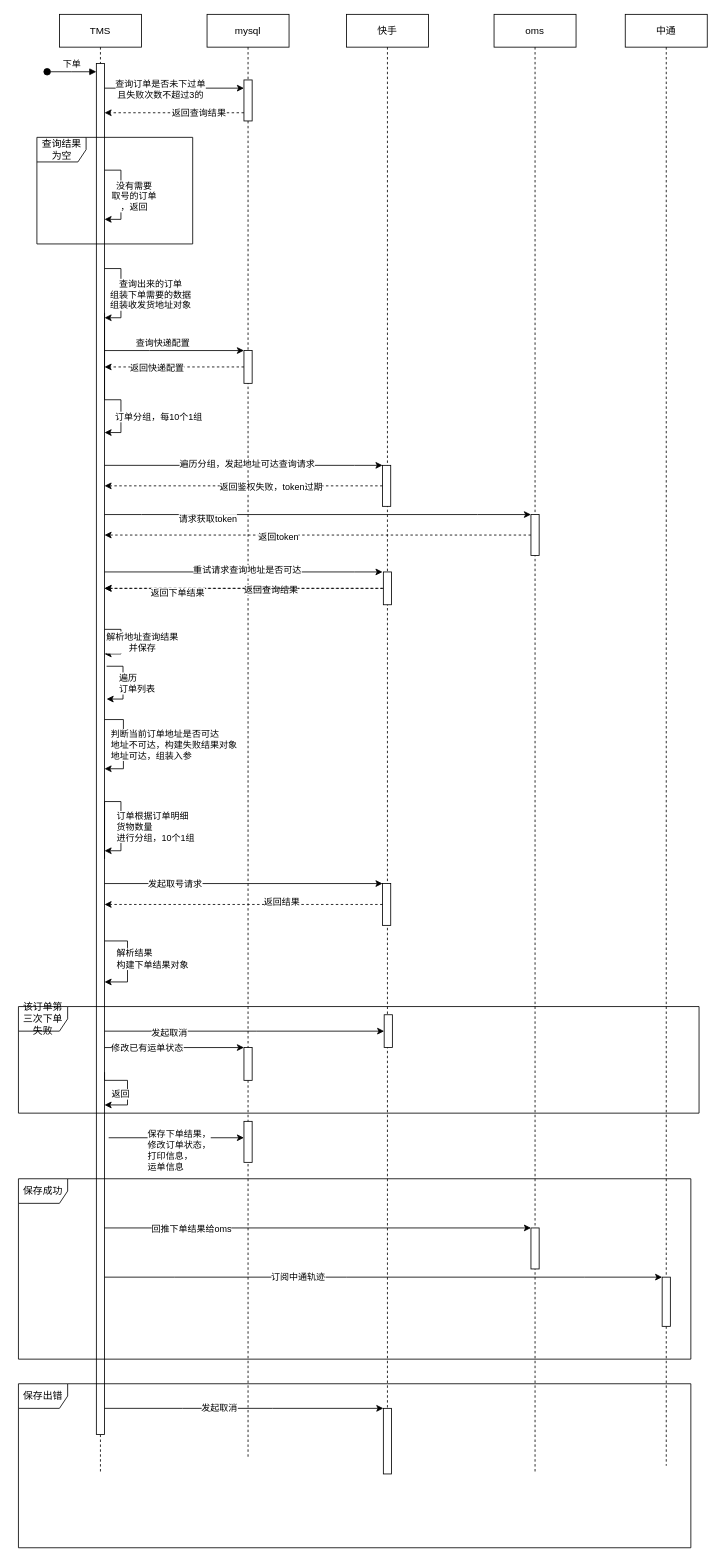
This is 中通下单.drawio from pipisay/draw, a draw.io file, before an edit. Source tidied: cells renumbered, new cells numbered last; positions are measured from the earlier drawing's top-left corner, leaving out a move shared by most shapes. Both pictures are drawn from the tidied source at 82%, with x=0, y=0 at pixel (18, 14).
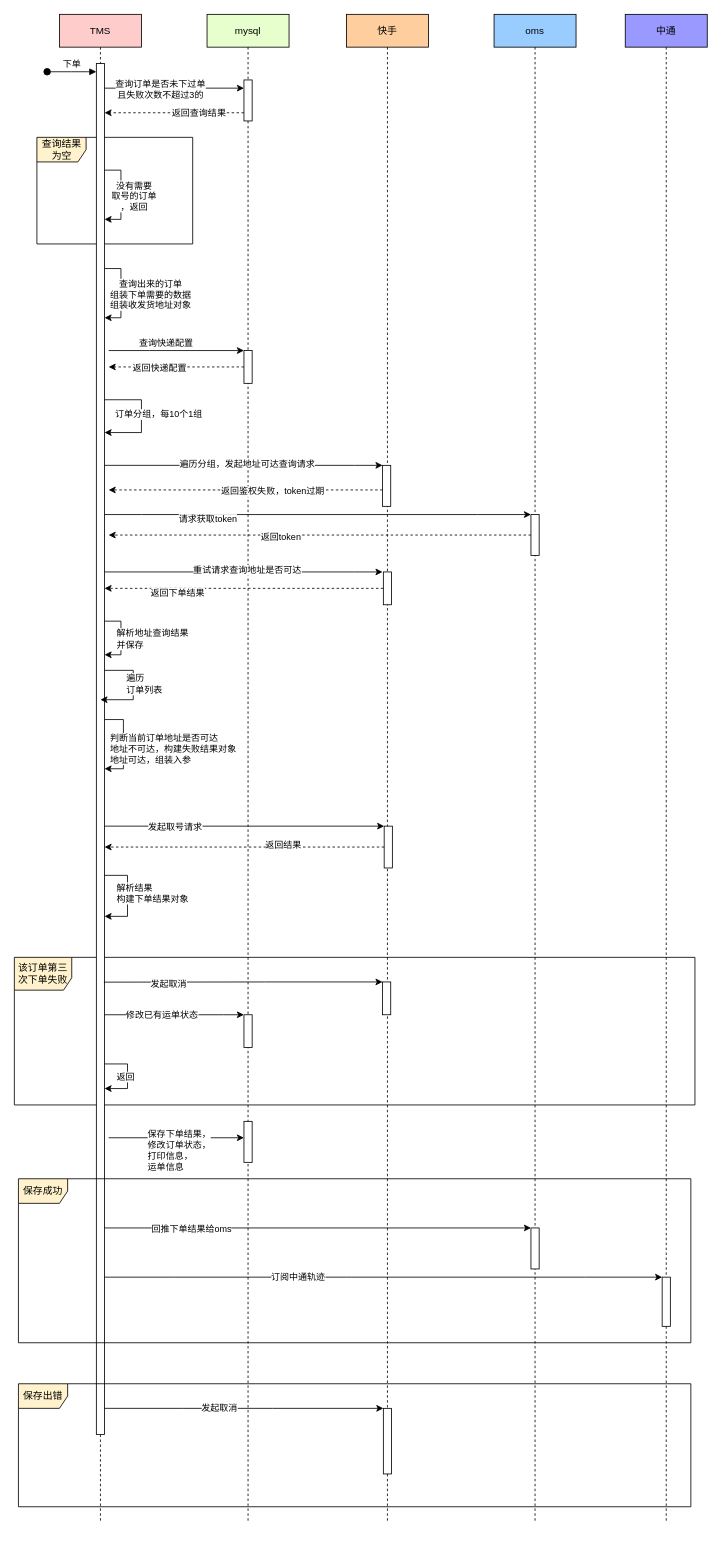
The same diagram, later.

Commit message (it also covers changes not shown here):
更新中通下单.drawio

The change refers to these unchanged cells:
```xml
<mxCell id="5" style="html=1;points=[];perimeter=orthogonalPerimeter;outlineConnect=0;targetShapes=umlLifeline;portConstraint=eastwest;newEdgeStyle={&quot;edgeStyle&quot;:&quot;elbowEdgeStyle&quot;,&quot;elbow&quot;:&quot;vertical&quot;,&quot;curved&quot;:0,&quot;rounded&quot;:0};" parent="4" vertex="1">
  <mxGeometry x="44" y="550" width="10" height="50" as="geometry" />
</mxCell>
<mxCell id="9" style="group;" parent="1" vertex="1">
  <mxGeometry x="95" y="60" width="117.5" height="760" as="geometry" />
</mxCell>
<mxCell id="10" style="html=1;points=[];perimeter=orthogonalPerimeter;outlineConnect=0;targetShapes=umlLifeline;portConstraint=eastwest;newEdgeStyle={&quot;edgeStyle&quot;:&quot;elbowEdgeStyle&quot;,&quot;elbow&quot;:&quot;vertical&quot;,&quot;curved&quot;:0,&quot;rounded&quot;:0};" parent="9" vertex="1">
  <mxGeometry width="10" height="1672" as="geometry" />
</mxCell>
<mxCell id="24" style="html=1;points=[];perimeter=orthogonalPerimeter;outlineConnect=0;targetShapes=umlLifeline;portConstraint=eastwest;newEdgeStyle={&quot;edgeStyle&quot;:&quot;elbowEdgeStyle&quot;,&quot;elbow&quot;:&quot;vertical&quot;,&quot;curved&quot;:0,&quot;rounded&quot;:0};" parent="23" vertex="1">
  <mxGeometry x="45" y="410" width="10" height="40" as="geometry" />
</mxCell>
<mxCell id="29" style="html=1;points=[];perimeter=orthogonalPerimeter;outlineConnect=0;targetShapes=umlLifeline;portConstraint=eastwest;newEdgeStyle={&quot;edgeStyle&quot;:&quot;elbowEdgeStyle&quot;,&quot;elbow&quot;:&quot;vertical&quot;,&quot;curved&quot;:0,&quot;rounded&quot;:0};" parent="28" vertex="1">
  <mxGeometry x="45" y="610" width="10" height="50" as="geometry" />
</mxCell>
```

Change to the diagram source:
```diff
@@
+    <mxCell id="75" value="该订单第三次下单失败" style="shape=umlFrame;whiteSpace=wrap;html=1;width=70;height=40;fillColor=#FFF2CC;" parent="1" vertex="1">
+      <mxGeometry x="-5" y="1150" width="830" height="180" as="geometry" />
+    </mxCell>
-    <mxCell id="2" value="TMS" style="shape=umlLifeline;perimeter=lifelinePerimeter;whiteSpace=wrap;html=1;newEdgeStyle={&quot;edgeStyle&quot;:&quot;elbowEdgeStyle&quot;,&quot;elbow&quot;:&quot;vertical&quot;,&quot;curved&quot;:0,&quot;rounded&quot;:0};" parent="1" vertex="1">
-      <mxGeometry x="50" width="100" height="1780" as="geometry" />
+    <mxCell id="2" value="TMS" style="shape=umlLifeline;perimeter=lifelinePerimeter;whiteSpace=wrap;html=1;newEdgeStyle={&quot;edgeStyle&quot;:&quot;elbowEdgeStyle&quot;,&quot;elbow&quot;:&quot;vertical&quot;,&quot;curved&quot;:0,&quot;rounded&quot;:0};fillColor=#FFCCCC;" parent="1" vertex="1">
+      <mxGeometry x="50" width="100" height="1840" as="geometry" />
     </mxCell>
@@
-    <mxCell id="4" value="快手" style="shape=umlLifeline;perimeter=lifelinePerimeter;whiteSpace=wrap;html=1;newEdgeStyle={&quot;edgeStyle&quot;:&quot;elbowEdgeStyle&quot;,&quot;elbow&quot;:&quot;vertical&quot;,&quot;curved&quot;:0,&quot;rounded&quot;:0};participant=label;" parent="1" vertex="1">
-      <mxGeometry x="400" width="100" height="1780" as="geometry" />
+    <mxCell id="4" value="快手" style="shape=umlLifeline;perimeter=lifelinePerimeter;whiteSpace=wrap;html=1;newEdgeStyle={&quot;edgeStyle&quot;:&quot;elbowEdgeStyle&quot;,&quot;elbow&quot;:&quot;vertical&quot;,&quot;curved&quot;:0,&quot;rounded&quot;:0};participant=label;fillColor=#FFCE9F;" parent="1" vertex="1">
+      <mxGeometry x="400" width="100" height="1840" as="geometry" />
     </mxCell>
@@
     <mxCell id="7" style="html=1;points=[];perimeter=orthogonalPerimeter;outlineConnect=0;targetShapes=umlLifeline;portConstraint=eastwest;newEdgeStyle={&quot;edgeStyle&quot;:&quot;elbowEdgeStyle&quot;,&quot;elbow&quot;:&quot;vertical&quot;,&quot;curved&quot;:0,&quot;rounded&quot;:0};" parent="4" vertex="1">
-      <mxGeometry x="44" y="1060" width="10" height="51" as="geometry" />
+      <mxGeometry x="46" y="990" width="10" height="51" as="geometry" />
     </mxCell>
     <mxCell id="8" style="html=1;points=[];perimeter=orthogonalPerimeter;outlineConnect=0;targetShapes=umlLifeline;portConstraint=eastwest;newEdgeStyle={&quot;edgeStyle&quot;:&quot;elbowEdgeStyle&quot;,&quot;elbow&quot;:&quot;vertical&quot;,&quot;curved&quot;:0,&quot;rounded&quot;:0};" parent="4" vertex="1">
-      <mxGeometry x="46" y="1220" width="10" height="40" as="geometry" />
+      <mxGeometry x="44" y="1180" width="10" height="40" as="geometry" />
     </mxCell>
@@
+    <mxCell id="20" value="查询结果为空" style="shape=umlFrame;whiteSpace=wrap;html=1;fillColor=#FFF2CC;" parent="9" vertex="1">
+      <mxGeometry x="-72.5" y="90" width="190" height="130" as="geometry" />
+    </mxCell>
@@
-    <mxCell id="13" style="endArrow=classic;html=1;rounded=0;edgeStyle=orthogonalEdgeStyle;" parent="9" edge="1" target="10">
-      <mxGeometry relative="1" as="geometry">
-        <mxPoint x="10" y="304" as="sourcePoint" />
-        <Array as="points">
-          <mxPoint x="10" y="410" />
-          <mxPoint x="30" y="410" />
-          <mxPoint x="30" y="450" />
-        </Array>
-      </mxGeometry>
-    </mxCell>
-    <mxCell id="14" value="订单分组，每10个1组" style="edgeLabel;html=1;align=center;verticalAlign=middle;" parent="13" vertex="1">
-      <mxGeometry x="0.1" y="-3" relative="1" as="geometry">
-        <mxPoint x="68" y="24" as="offset" />
-      </mxGeometry>
-    </mxCell>
     <mxCell id="15" style="endArrow=classic;html=1;rounded=0;edgeStyle=orthogonalEdgeStyle;" parent="9" edge="1" source="10" target="10">
       <mxGeometry relative="1" as="geometry">
         <Array as="points">
-          <mxPoint x="30" y="690" />
-          <mxPoint x="30" y="720" />
+          <mxPoint x="30" y="680" />
+          <mxPoint x="30" y="721" />
         </Array>
       </mxGeometry>
     </mxCell>
-    <mxCell id="16" value="解析地址查询结果&lt;br&gt;并保存" style="edgeLabel;html=1;align=center;verticalAlign=middle;" parent="15" vertex="1">
+    <mxCell id="16" value="解析地址查询结果&lt;br&gt;并保存" style="edgeLabel;html=1;align=left;verticalAlign=middle;" parent="15" vertex="1">
       <mxGeometry x="0.1" y="2" relative="1" as="geometry">
-        <mxPoint x="23" y="-4" as="offset" />
+        <mxPoint x="-9" y="-4" as="offset" />
       </mxGeometry>
     </mxCell>
@@
-    <mxCell id="18" style="endArrow=classic;html=1;rounded=0;edgeStyle=orthogonalEdgeStyle;" parent="9" edge="1">
+    <mxCell id="18" style="endArrow=classic;html=1;rounded=0;edgeStyle=orthogonalEdgeStyle;" parent="9" edge="1" source="10" target="10">
       <mxGeometry relative="1" as="geometry">
-        <mxPoint x="10" y="130" as="sourcePoint" />
-        <mxPoint x="10" y="190" as="targetPoint" />
         <Array as="points">
           <mxPoint x="30" y="130" />
           <mxPoint x="30" y="190" />
         </Array>
       </mxGeometry>
     </mxCell>
@@
-    <mxCell id="20" value="查询结果为空" style="shape=umlFrame;whiteSpace=wrap;html=1;" parent="9" vertex="1">
-      <mxGeometry x="-72.5" y="90" width="190" height="130" as="geometry" />
-    </mxCell>
     <mxCell id="21" style="endArrow=classic;html=1;rounded=0;edgeStyle=orthogonalEdgeStyle;startSize=5;" parent="9" edge="1" source="10" target="10">
       <mxGeometry relative="1" as="geometry">
         <Array as="points">
-          <mxPoint x="38" y="1070" />
-          <mxPoint x="38" y="1120" />
+          <mxPoint x="38" y="990" />
+          <mxPoint x="38" y="1040" />
         </Array>
       </mxGeometry>
     </mxCell>
@@
+    <mxCell id="13" style="endArrow=classic;html=1;rounded=0;edgeStyle=orthogonalEdgeStyle;" parent="9" edge="1" source="10" target="10">
+      <mxGeometry relative="1" as="geometry">
+        <Array as="points">
+          <mxPoint x="55" y="410" />
+          <mxPoint x="55" y="450" />
+        </Array>
+      </mxGeometry>
+    </mxCell>
+    <mxCell id="14" value="订单分组，每10个1组" style="edgeLabel;html=1;align=center;verticalAlign=middle;" parent="13" vertex="1">
+      <mxGeometry x="0.1" y="-3" relative="1" as="geometry">
+        <mxPoint x="23" y="-10" as="offset" />
+      </mxGeometry>
+    </mxCell>
+    <mxCell id="49" style="endArrow=classic;html=1;rounded=0;edgeStyle=orthogonalEdgeStyle;entryX=0.5;entryY=0.464;entryDx=0;entryDy=0;entryPerimeter=0;" parent="9" edge="1" source="10" target="10">
+      <mxGeometry relative="1" as="geometry">
+        <Array as="points">
+          <mxPoint x="45" y="740" />
+          <mxPoint x="45" y="776" />
+        </Array>
+      </mxGeometry>
+    </mxCell>
+    <mxCell id="50" value="判断当前订单地址是否可达&lt;br&gt;地址不可达，构建失败结果对象&lt;br&gt;地址可达，组装入参" style="edgeLabel;html=1;align=left;verticalAlign=middle;" parent="49" vertex="1">
+      <mxGeometry relative="1" as="geometry">
+        <mxPoint x="-30" y="75" as="offset" />
+      </mxGeometry>
+    </mxCell>
+    <mxCell id="51" value="遍历&lt;br style=&quot;border-color: var(--border-color);&quot;&gt;订单列表" style="edgeLabel;html=1;align=left;verticalAlign=middle;" parent="49" vertex="1">
+      <mxGeometry x="-0.28" relative="1" as="geometry">
+        <mxPoint x="-10" y="11" as="offset" />
+      </mxGeometry>
+    </mxCell>
-    <mxCell id="23" value="mysql" style="shape=umlLifeline;perimeter=lifelinePerimeter;whiteSpace=wrap;html=1;newEdgeStyle={&quot;edgeStyle&quot;:&quot;elbowEdgeStyle&quot;,&quot;elbow&quot;:&quot;vertical&quot;,&quot;curved&quot;:0,&quot;rounded&quot;:0};" parent="1" vertex="1">
-      <mxGeometry x="230" width="100" height="1760" as="geometry" />
+    <mxCell id="23" value="mysql" style="shape=umlLifeline;perimeter=lifelinePerimeter;whiteSpace=wrap;html=1;newEdgeStyle={&quot;edgeStyle&quot;:&quot;elbowEdgeStyle&quot;,&quot;elbow&quot;:&quot;vertical&quot;,&quot;curved&quot;:0,&quot;rounded&quot;:0};fillColor=#E6FFCC;" parent="1" vertex="1">
+      <mxGeometry x="230" width="100" height="1840" as="geometry" />
     </mxCell>
@@
     <mxCell id="27" style="html=1;points=[];perimeter=orthogonalPerimeter;outlineConnect=0;targetShapes=umlLifeline;portConstraint=eastwest;newEdgeStyle={&quot;edgeStyle&quot;:&quot;elbowEdgeStyle&quot;,&quot;elbow&quot;:&quot;vertical&quot;,&quot;curved&quot;:0,&quot;rounded&quot;:0};" parent="23" vertex="1">
-      <mxGeometry x="45" y="1260" width="10" height="40" as="geometry" />
+      <mxGeometry x="45" y="1220" width="10" height="40" as="geometry" />
     </mxCell>
-    <mxCell id="28" value="oms" style="shape=umlLifeline;perimeter=lifelinePerimeter;whiteSpace=wrap;html=1;newEdgeStyle={&quot;edgeStyle&quot;:&quot;elbowEdgeStyle&quot;,&quot;elbow&quot;:&quot;vertical&quot;,&quot;curved&quot;:0,&quot;rounded&quot;:0};" parent="1" vertex="1">
-      <mxGeometry x="580" width="100" height="1780" as="geometry" />
+    <mxCell id="28" value="oms" style="shape=umlLifeline;perimeter=lifelinePerimeter;whiteSpace=wrap;html=1;newEdgeStyle={&quot;edgeStyle&quot;:&quot;elbowEdgeStyle&quot;,&quot;elbow&quot;:&quot;vertical&quot;,&quot;curved&quot;:0,&quot;rounded&quot;:0};fillColor=#99CCFF;" parent="1" vertex="1">
+      <mxGeometry x="580" width="100" height="1840" as="geometry" />
     </mxCell>
@@
-    <mxCell id="31" value="中通" style="shape=umlLifeline;perimeter=lifelinePerimeter;whiteSpace=wrap;html=1;newEdgeStyle={&quot;edgeStyle&quot;:&quot;elbowEdgeStyle&quot;,&quot;elbow&quot;:&quot;vertical&quot;,&quot;curved&quot;:0,&quot;rounded&quot;:0};" parent="1" vertex="1">
-      <mxGeometry x="740" width="100" height="1770" as="geometry" />
+    <mxCell id="31" value="中通" style="shape=umlLifeline;perimeter=lifelinePerimeter;whiteSpace=wrap;html=1;newEdgeStyle={&quot;edgeStyle&quot;:&quot;elbowEdgeStyle&quot;,&quot;elbow&quot;:&quot;vertical&quot;,&quot;curved&quot;:0,&quot;rounded&quot;:0};fillColor=#9999FF;" parent="1" vertex="1">
+      <mxGeometry x="740" width="100" height="1840" as="geometry" />
     </mxCell>
@@
-    <mxCell id="33" style="endArrow=classic;html=1;rounded=0;" parent="1" edge="1" source="10" target="24">
+    <mxCell id="33" style="endArrow=classic;html=1;rounded=0;" parent="1" edge="1" target="24">
       <mxGeometry relative="1" as="geometry">
+        <mxPoint x="110" y="410" as="sourcePoint" />
         <Array as="points">
           <mxPoint x="160" y="410" />
         </Array>
       </mxGeometry>
     </mxCell>
@@
-    <mxCell id="35" style="endArrow=classic;html=1;rounded=0;dashed=1;" parent="1" edge="1" source="24" target="10">
-      <mxGeometry relative="1" as="geometry" />
+    <mxCell id="35" style="endArrow=classic;html=1;rounded=0;dashed=1;" parent="1" edge="1" source="24">
+      <mxGeometry relative="1" as="geometry">
+        <mxPoint x="110" y="430" as="targetPoint" />
+      </mxGeometry>
     </mxCell>
@@
-    <mxCell id="39" style="endArrow=classic;html=1;rounded=0;dashed=1;" parent="1" edge="1" source="5" target="10">
-      <mxGeometry relative="1" as="geometry" />
+    <mxCell id="39" style="endArrow=classic;html=1;rounded=0;dashed=1;" parent="1" edge="1" source="5">
+      <mxGeometry relative="1" as="geometry">
+        <mxPoint x="110" y="580" as="targetPoint" />
+      </mxGeometry>
     </mxCell>
@@
-    <mxCell id="43" style="endArrow=classic;html=1;rounded=0;dashed=1;" parent="1" edge="1" source="29" target="10">
-      <mxGeometry relative="1" as="geometry" />
+    <mxCell id="43" style="endArrow=classic;html=1;rounded=0;dashed=1;" parent="1" edge="1" source="29">
+      <mxGeometry relative="1" as="geometry">
+        <mxPoint x="110" y="635" as="targetPoint" />
+      </mxGeometry>
     </mxCell>
@@
-    <mxCell id="45" style="endArrow=classic;html=1;rounded=0;" parent="1" edge="1">
+    <mxCell id="45" style="endArrow=classic;html=1;rounded=0;" parent="1" edge="1" source="10">
       <mxGeometry relative="1" as="geometry">
-        <mxPoint x="105" y="680" as="sourcePoint" />
         <mxPoint x="444" y="680" as="targetPoint" />
         <Array as="points">
           <mxPoint x="410" y="680" />
         </Array>
       </mxGeometry>
     </mxCell>
@@
-    <mxCell id="47" style="endArrow=classic;html=1;rounded=0;dashed=1;" parent="1" edge="1">
-      <mxGeometry relative="1" as="geometry">
-        <mxPoint x="444" y="700" as="sourcePoint" />
-        <mxPoint x="105" y="700" as="targetPoint" />
-      </mxGeometry>
-    </mxCell>
-    <mxCell id="48" value="返回查询结果" style="edgeLabel;html=1;align=center;verticalAlign=middle;" parent="47" vertex="1">
-      <mxGeometry x="-0.19" y="1" relative="1" as="geometry" />
-    </mxCell>
-    <mxCell id="49" style="endArrow=classic;html=1;rounded=0;edgeStyle=orthogonalEdgeStyle;" parent="1" edge="1">
-      <mxGeometry relative="1" as="geometry">
-        <mxPoint x="107.5" y="795" as="sourcePoint" />
-        <mxPoint x="107.5" y="835" as="targetPoint" />
-        <Array as="points">
-          <mxPoint x="127.5" y="795" />
-          <mxPoint x="127.5" y="835" />
-        </Array>
-      </mxGeometry>
-    </mxCell>
-    <mxCell id="50" value="判断当前订单地址是否可达&lt;br&gt;地址不可达，构建失败结果对象&lt;br&gt;地址可达，组装入参" style="edgeLabel;html=1;align=left;verticalAlign=middle;" parent="49" vertex="1">
-      <mxGeometry relative="1" as="geometry">
-        <mxPoint x="-17" y="75" as="offset" />
-      </mxGeometry>
-    </mxCell>
-    <mxCell id="51" value="遍历&lt;br style=&quot;border-color: var(--border-color);&quot;&gt;订单列表" style="edgeLabel;html=1;align=left;verticalAlign=middle;" parent="49" vertex="1">
-      <mxGeometry x="-0.28" relative="1" as="geometry">
-        <mxPoint x="-7" y="11" as="offset" />
-      </mxGeometry>
-    </mxCell>
@@
-    <mxCell id="60" value="保存成功" style="shape=umlFrame;whiteSpace=wrap;html=1;" parent="1" vertex="1">
-      <mxGeometry y="1420" width="820" height="220" as="geometry" />
+    <mxCell id="60" value="保存成功" style="shape=umlFrame;whiteSpace=wrap;html=1;fillColor=#FFF2CC;" parent="1" vertex="1">
+      <mxGeometry y="1420" width="820" height="200" as="geometry" />
     </mxCell>
@@
-    <mxCell id="63" value="保存出错" style="shape=umlFrame;whiteSpace=wrap;html=1;" parent="1" vertex="1">
-      <mxGeometry y="1670" width="820" height="200" as="geometry" />
+    <mxCell id="63" value="保存出错" style="shape=umlFrame;whiteSpace=wrap;html=1;fillColor=#FFF2CC;" parent="1" vertex="1">
+      <mxGeometry y="1670" width="820" height="150" as="geometry" />
     </mxCell>
@@
-    <mxCell id="69" style="endArrow=classic;html=1;rounded=0;edgeStyle=orthogonalEdgeStyle;" parent="1" edge="1" target="10">
-      <mxGeometry relative="1" as="geometry">
-        <mxPoint x="105" y="1030" as="sourcePoint" />
-        <Array as="points">
-          <mxPoint x="105" y="960" />
-          <mxPoint x="125" y="960" />
-          <mxPoint x="125" y="1020" />
-        </Array>
-      </mxGeometry>
-    </mxCell>
-    <mxCell id="70" value="订单根据订单明细&lt;br&gt;货物数量&lt;br&gt;进行分组，10个1组" style="edgeLabel;html=1;align=left;verticalAlign=middle;" parent="69" vertex="1">
-      <mxGeometry x="-0.28" relative="1" as="geometry">
-        <mxPoint x="13" y="21" as="offset" />
-      </mxGeometry>
-    </mxCell>
@@
-    <mxCell id="75" value="该订单第三次下单失败" style="shape=umlFrame;whiteSpace=wrap;html=1;" parent="1" vertex="1">
-      <mxGeometry y="1210" width="830" height="130" as="geometry" />
-    </mxCell>
-    <mxCell id="76" style="endArrow=classic;html=1;rounded=0;" parent="1" edge="1" source="10" target="8">
+    <mxCell id="76" style="endArrow=classic;html=1;rounded=0;sourcePerimeterSpacing=4;exitX=0.917;exitY=0.67;exitDx=0;exitDy=0;exitPerimeter=0;" parent="1" edge="1" source="10" target="8">
       <mxGeometry relative="1" as="geometry">
         <Array as="points">
-          <mxPoint x="290" y="1240" />
+          <mxPoint x="300" y="1180" />
         </Array>
       </mxGeometry>
     </mxCell>
@@
-    <mxCell id="78" style="endArrow=classic;html=1;rounded=0;edgeStyle=orthogonalEdgeStyle;startSize=5;" parent="1" edge="1">
+    <mxCell id="78" style="endArrow=classic;html=1;rounded=0;edgeStyle=orthogonalEdgeStyle;startSize=5;" parent="1" edge="1" source="10">
       <mxGeometry relative="1" as="geometry">
-        <mxPoint x="105" y="1290" as="sourcePoint" />
-        <mxPoint x="105" y="1330" as="targetPoint" />
+        <mxPoint x="105" y="1310" as="targetPoint" />
         <Array as="points">
-          <mxPoint x="105" y="1300" />
-          <mxPoint x="133" y="1300" />
-          <mxPoint x="133" y="1330" />
+          <mxPoint x="133" y="1280" />
+          <mxPoint x="133" y="1310" />
         </Array>
       </mxGeometry>
     </mxCell>
@@
     <mxCell id="80" style="endArrow=classic;html=1;rounded=0;" parent="1" edge="1" source="10" target="27">
-      <mxGeometry relative="1" as="geometry" />
+      <mxGeometry relative="1" as="geometry">
+        <Array as="points">
+          <mxPoint x="250" y="1220" />
+        </Array>
+      </mxGeometry>
     </mxCell>
     <mxCell id="81" value="修改已有运单状态" style="edgeLabel;html=1;align=center;verticalAlign=middle;" parent="80" vertex="1">
-      <mxGeometry x="-0.4" relative="1" as="geometry" />
+      <mxGeometry x="-0.4" relative="1" as="geometry">
+        <mxPoint x="18" as="offset" />
+      </mxGeometry>
     </mxCell>
```
